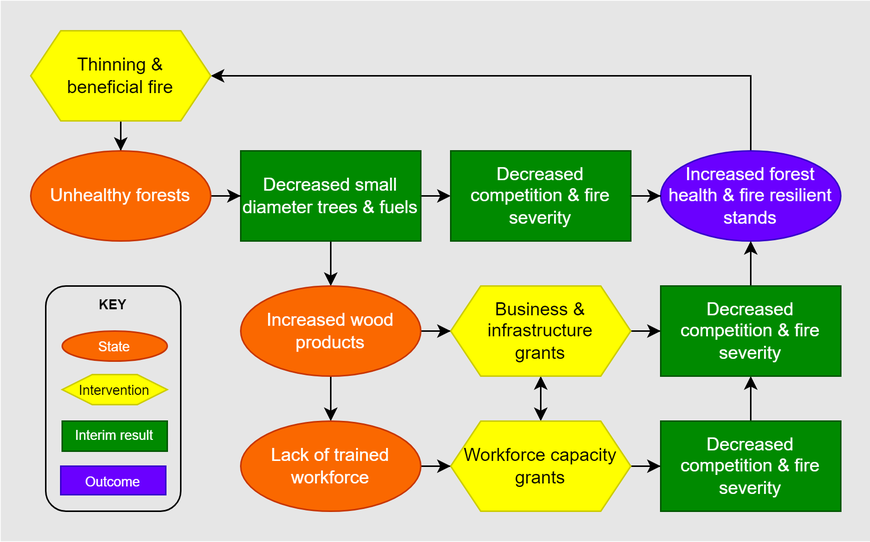
Before: figures/health.png, a diagram exported from draw.io (VRConservation/fbabook). Source tidied: cells renumbered, new cells last; positions are measured from the earlier drawing's top-left corner, leaving out a move shared by most shapes.
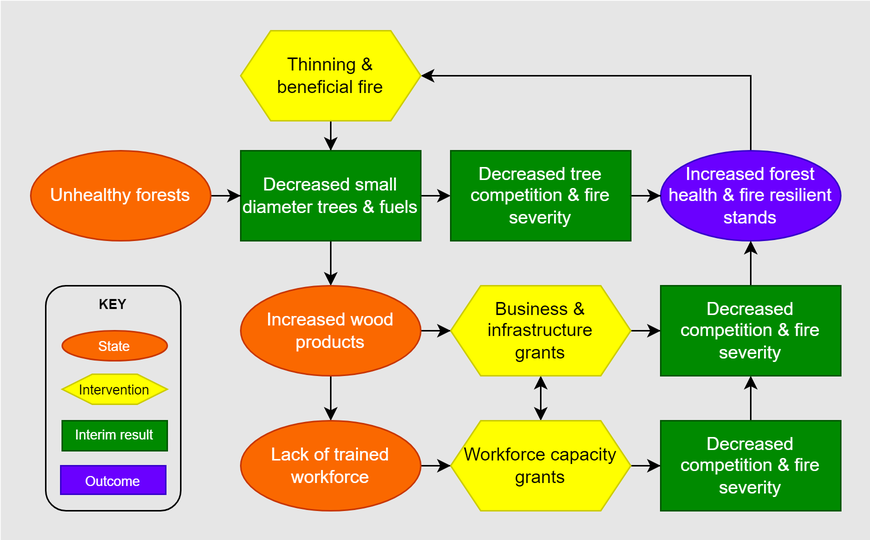
Above is the later version.

Change to the diagram source:
```diff
@@ -5,7 +5,7 @@
     <mxCell id="2" style="rounded=0;whiteSpace=wrap;html=1;fillColor=#E6E6E6;strokeColor=none;strokeWidth=2;dashed=1;fontColor=#333333;" parent="1" vertex="1">
       <mxGeometry width="580" height="360" as="geometry" />
     </mxCell>
-    <mxCell id="3" style="edgeStyle=orthogonalEdgeStyle;rounded=0;jettySize=auto;html=1;entryX=0.5;entryY=0;entryDx=0;entryDy=0;" parent="1" edge="1" source="13" target="12">
+    <mxCell id="3" style="edgeStyle=orthogonalEdgeStyle;rounded=0;jettySize=auto;html=1;" parent="1" edge="1" source="13" target="9">
       <mxGeometry relative="1" as="geometry" />
     </mxCell>
     <mxCell id="4" style="edgeStyle=orthogonalEdgeStyle;rounded=0;jettySize=auto;html=1;exitX=0.5;exitY=0;exitDx=0;exitDy=0;entryX=1;entryY=0.5;entryDx=0;entryDy=0;" parent="1" edge="1" source="5" target="13">
@@ -26,7 +26,7 @@
     <mxCell id="9" value="Decreased small diameter trees &amp;amp; fuels" style="rounded=0;whiteSpace=wrap;html=1;fillColor=#008a00;strokeColor=#005700;fontColor=#ffffff;" parent="1" vertex="1">
       <mxGeometry x="160" y="100" width="120" height="60" as="geometry" />
     </mxCell>
-    <mxCell id="10" value="Decreased competition &amp;amp; fire severity" style="rounded=0;whiteSpace=wrap;html=1;fillColor=#008a00;strokeColor=#005700;fontColor=#ffffff;" parent="1" vertex="1">
+    <mxCell id="10" value="Decreased tree competition &amp;amp; fire severity" style="rounded=0;whiteSpace=wrap;html=1;fillColor=#008a00;strokeColor=#005700;fontColor=#ffffff;" parent="1" vertex="1">
       <mxGeometry x="300" y="100" width="120" height="60" as="geometry" />
     </mxCell>
     <mxCell id="11" style="edgeStyle=orthogonalEdgeStyle;rounded=0;jettySize=auto;html=1;exitX=1;exitY=0.5;exitDx=0;exitDy=0;" parent="1" edge="1" source="12" target="9">
@@ -36,7 +36,7 @@
       <mxGeometry x="20" y="100" width="120" height="60" as="geometry" />
     </mxCell>
     <mxCell id="13" value="Thinning &amp;amp; beneficial fire" style="shape=hexagon;perimeter=hexagonPerimeter2;whiteSpace=wrap;html=1;fixedSize=1;fillColor=#FFFF00;spacingLeft=4;spacingRight=4;strokeColor=#CCCC00;" parent="1" vertex="1">
-      <mxGeometry x="20" y="20" width="120" height="60" as="geometry" />
+      <mxGeometry x="160" y="20" width="120" height="60" as="geometry" />
     </mxCell>
     <mxCell id="14" style="edgeStyle=orthogonalEdgeStyle;rounded=0;jettySize=auto;html=1;" parent="1" edge="1" source="16" target="18">
       <mxGeometry relative="1" as="geometry" />
```
